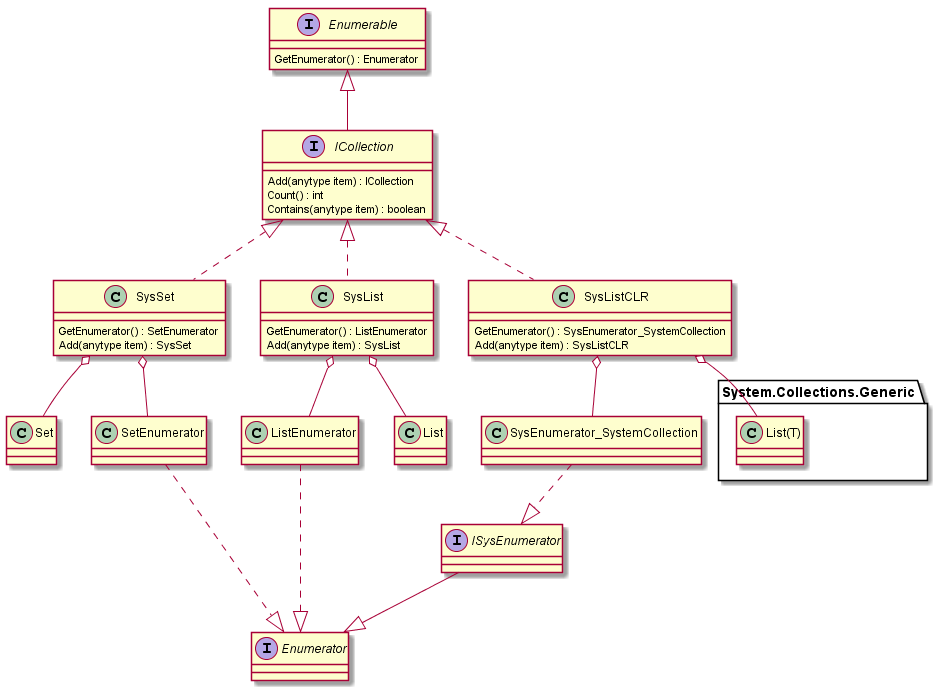
Above: out/schema/ICollection.png in d-tolstov/Ax2009-ICollection (PlantUML), before the change.
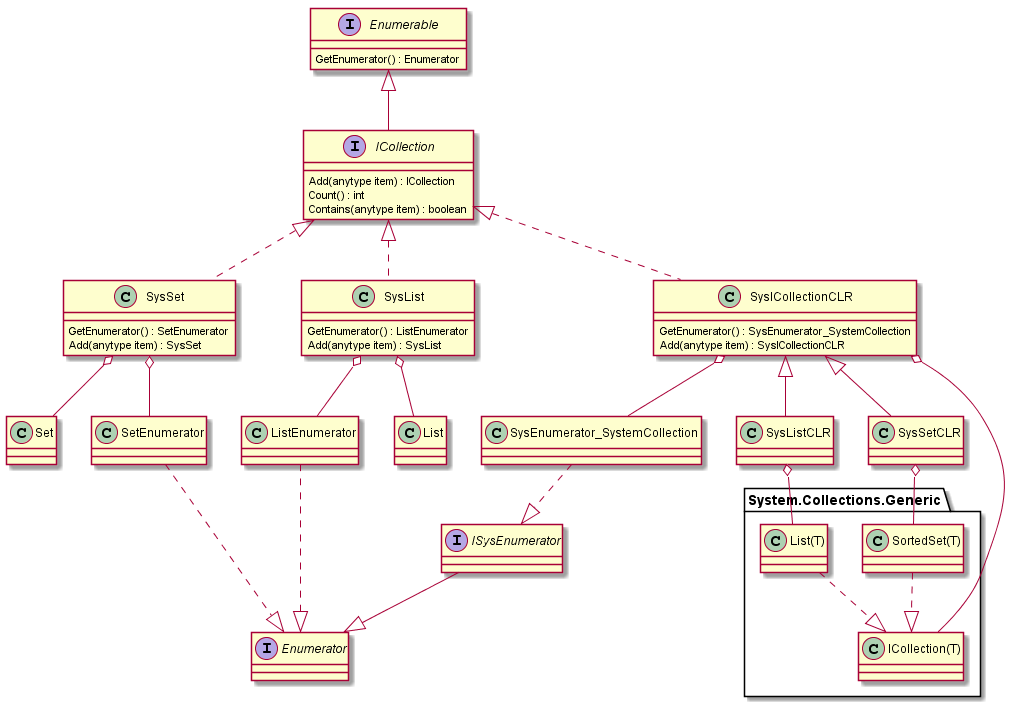
The same diagram one commit later.

Diff of the diagram source:
```diff
@@ -44,15 +44,23 @@
 SetEnumerator ..|> Enumerator
 ListEnumerator ..|> Enumerator
 
+class SysICollectionCLR{
+    GetEnumerator() : SysEnumerator_SystemCollection
+    Add(anytype item) : SysICollectionCLR
+}
+ICollection <|.. SysICollectionCLR
+
 class SysListCLR{
-    GetEnumerator() : SysEnumerator_SystemCollection
-    Add(anytype item) : SysListCLR
 }
-ICollection <|.. SysListCLR
+SysICollectionCLR <|-- SysListCLR
+
+class SysSetCLR{
+}
+SysICollectionCLR <|-- SysSetCLR
 
 class SysEnumerator_SystemCollection{
 }
-SysListCLR o-- SysEnumerator_SystemCollection
+SysICollectionCLR o-- SysEnumerator_SystemCollection
 
 interface ISysEnumerator{
 }
@@ -60,9 +68,11 @@
 ISysEnumerator --|> Enumerator
 
 package System.Collections.Generic{
-    class List(T){
-    }
+    SysICollectionCLR o-- "ICollection(T)"
     SysListCLR o-- "List(T)"
+    "List(T)" ..|> "ICollection(T)"
+    SysSetCLR o-- "SortedSet(T)"
+    "SortedSet(T)" ..|> "ICollection(T)"
 }
 
 @enduml
```
